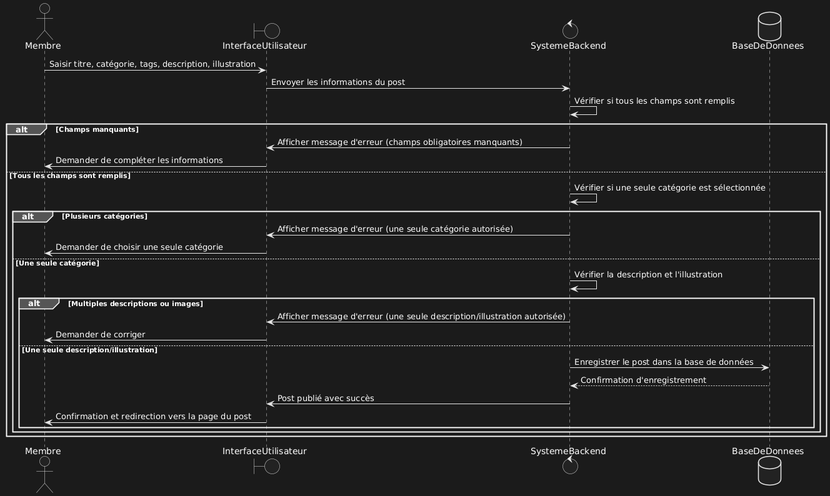
Before: Dossier_Technique/UML/diagram_de_sequences/publication_post.png, a diagram exported from PlantUML (manelbenhamouda/projets-CDA). Its diagram source:
```plantuml
@startuml
actor Membre
boundary InterfaceUtilisateur
control SystemeBackend
database BaseDeDonnees

Membre -> InterfaceUtilisateur: Saisir titre, catégorie, tags, description, illustration
InterfaceUtilisateur -> SystemeBackend: Envoyer les informations du post
SystemeBackend -> SystemeBackend: Vérifier si tous les champs sont remplis
alt Champs manquants
    SystemeBackend -> InterfaceUtilisateur: Afficher message d'erreur (champs obligatoires manquants)
    InterfaceUtilisateur -> Membre: Demander de compléter les informations
else Tous les champs sont remplis
    SystemeBackend -> SystemeBackend: Vérifier si une seule catégorie est sélectionnée
    alt Plusieurs catégories
        SystemeBackend -> InterfaceUtilisateur: Afficher message d'erreur (une seule catégorie autorisée)
        InterfaceUtilisateur -> Membre: Demander de choisir une seule catégorie
    else Une seule catégorie
        SystemeBackend -> SystemeBackend: Vérifier la description et l'illustration
        alt Multiples descriptions ou images
            SystemeBackend -> InterfaceUtilisateur: Afficher message d'erreur (une seule description/illustration autorisée)
            InterfaceUtilisateur -> Membre: Demander de corriger
        else Une seule description/illustration
            SystemeBackend -> BaseDeDonnees: Enregistrer le post dans la base de données
            BaseDeDonnees --> SystemeBackend: Confirmation d'enregistrement
            SystemeBackend -> InterfaceUtilisateur: Post publié avec succès
            InterfaceUtilisateur -> Membre: Confirmation et redirection vers la page du post
        end
    end
end
@enduml
```
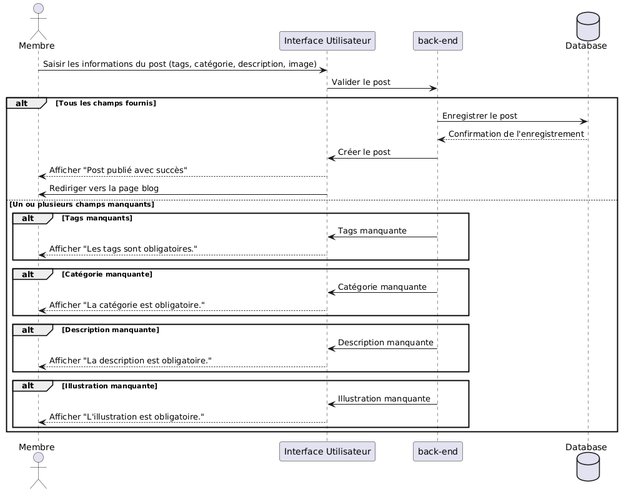
The same diagram one commit later.

The edit, as a diff of the source:
```diff
@@ -1,31 +1,35 @@
 @startuml
 actor Membre
-boundary InterfaceUtilisateur
-control SystemeBackend
-database BaseDeDonnees
+participant "Interface Utilisateur" as UI
+participant "back-end" as System
+database Database as DB
 
-Membre -> InterfaceUtilisateur: Saisir titre, catégorie, tags, description, illustration
-InterfaceUtilisateur -> SystemeBackend: Envoyer les informations du post
-SystemeBackend -> SystemeBackend: Vérifier si tous les champs sont remplis
-alt Champs manquants
-    SystemeBackend -> InterfaceUtilisateur: Afficher message d'erreur (champs obligatoires manquants)
-    InterfaceUtilisateur -> Membre: Demander de compléter les informations
-else Tous les champs sont remplis
-    SystemeBackend -> SystemeBackend: Vérifier si une seule catégorie est sélectionnée
-    alt Plusieurs catégories
-        SystemeBackend -> InterfaceUtilisateur: Afficher message d'erreur (une seule catégorie autorisée)
-        InterfaceUtilisateur -> Membre: Demander de choisir une seule catégorie
-    else Une seule catégorie
-        SystemeBackend -> SystemeBackend: Vérifier la description et l'illustration
-        alt Multiples descriptions ou images
-            SystemeBackend -> InterfaceUtilisateur: Afficher message d'erreur (une seule description/illustration autorisée)
-            InterfaceUtilisateur -> Membre: Demander de corriger
-        else Une seule description/illustration
-            SystemeBackend -> BaseDeDonnees: Enregistrer le post dans la base de données
-            BaseDeDonnees --> SystemeBackend: Confirmation d'enregistrement
-            SystemeBackend -> InterfaceUtilisateur: Post publié avec succès
-            InterfaceUtilisateur -> Membre: Confirmation et redirection vers la page du post
-        end
+Membre -> UI : Saisir les informations du post (tags, catégorie, description, image)
+UI -> System : Valider le post
+
+alt Tous les champs fournis
+    System -> DB : Enregistrer le post
+    DB --> System : Confirmation de l'enregistrement
+    System -> UI : Créer le post
+    UI --> Membre : Afficher "Post publié avec succès"
+    UI -> Membre : Rediriger vers la page blog
+
+else Un ou plusieurs champs manquants
+    alt Tags manquants
+        System -> UI : Tags manquante
+        UI --> Membre : Afficher "Les tags sont obligatoires."
+    end
+    alt Catégorie manquante
+    System -> UI : Catégorie manquante
+        UI --> Membre : Afficher "La catégorie est obligatoire."
+    end
+    alt Description manquante
+        System -> UI : Description manquante
+        UI --> Membre : Afficher "La description est obligatoire."
+    end
+    alt Illustration manquante
+        System -> UI : Illustration manquante
+        UI --> Membre : Afficher "L'illustration est obligatoire."
     end
 end
 @enduml
```
